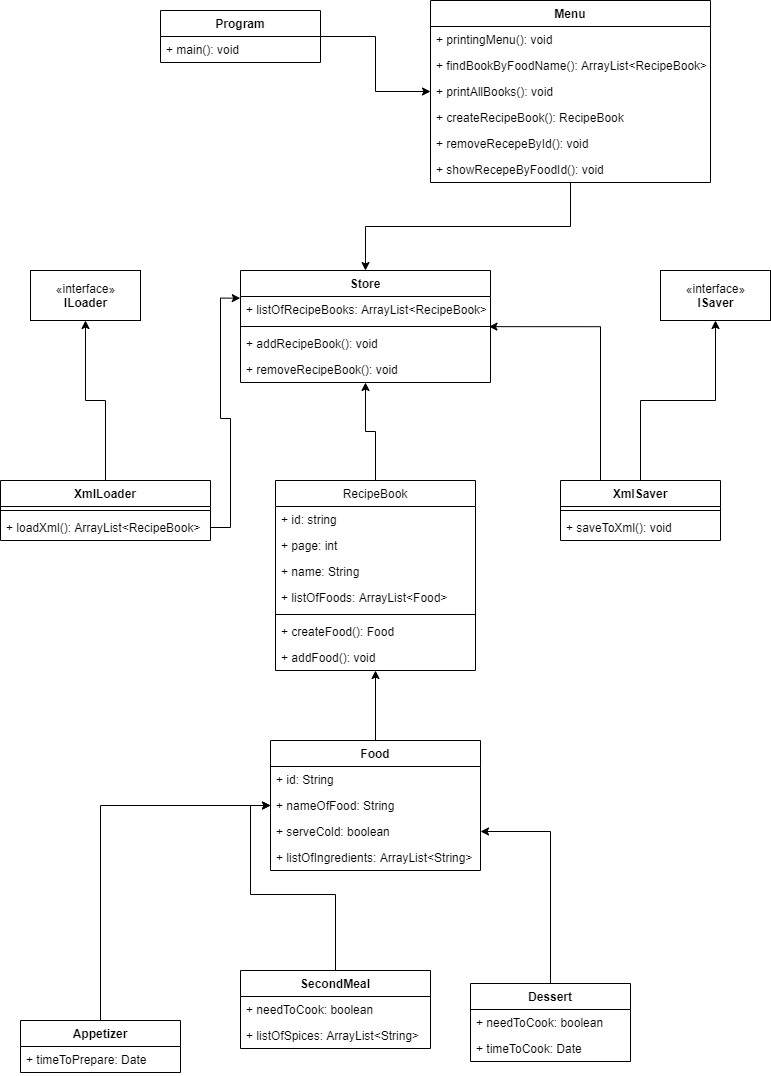
Above: Image/RecepeDiagram.png in jakabij/RecepeStoreJava (draw.io), before the change. Source tidied: cells renumbered, new cells last; positions are measured from the earlier drawing's top-left corner, leaving out a move shared by most shapes.
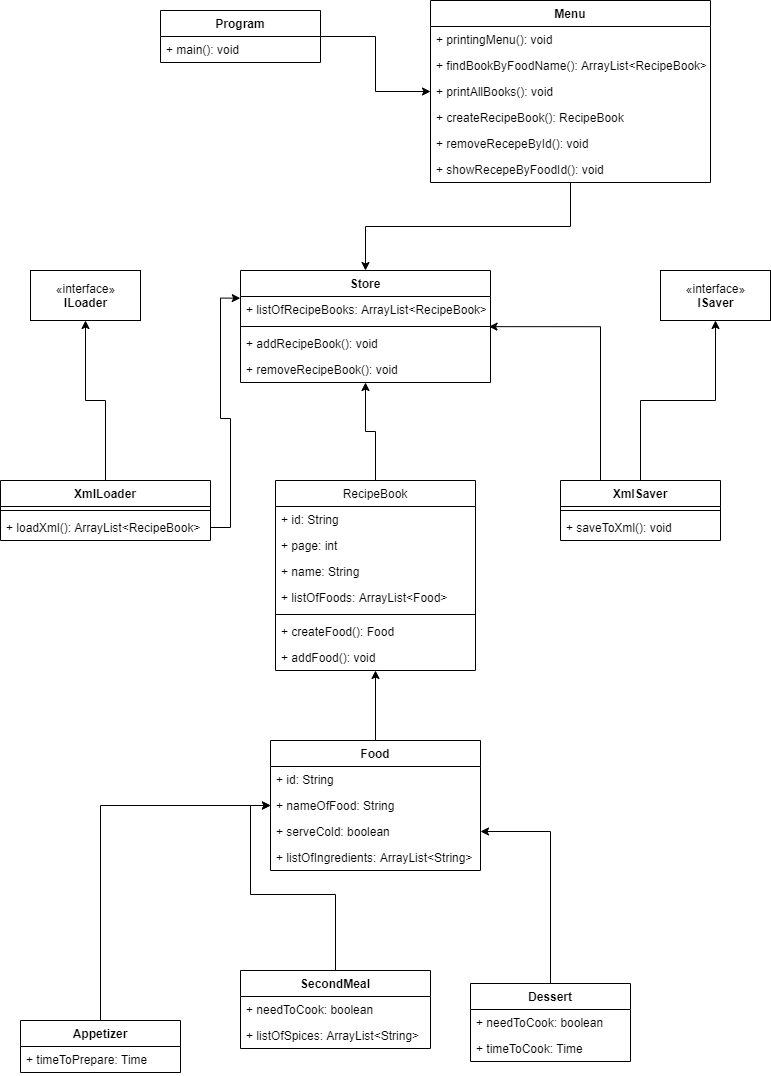
The same diagram one commit later.

Change to the diagram source:
```diff
@@ -8,7 +8,7 @@
     <mxCell id="3" value="RecipeBook" style="swimlane;fontStyle=0;horizontal=1;startSize=26;fillColor=none;" parent="1" vertex="1">
       <mxGeometry x="275" y="480" width="200" height="190" as="geometry" />
     </mxCell>
-    <mxCell id="4" value="+ id: string" style="text;strokeColor=none;fillColor=none;align=left;verticalAlign=top;spacingLeft=4;spacingRight=4;overflow=hidden;" parent="3" vertex="1">
+    <mxCell id="4" value="+ id: String" style="text;strokeColor=none;fillColor=none;align=left;verticalAlign=top;spacingLeft=4;spacingRight=4;overflow=hidden;" parent="3" vertex="1">
       <mxGeometry y="26" width="200" height="26" as="geometry" />
     </mxCell>
     <mxCell id="5" value="+ page: int" style="text;strokeColor=none;fillColor=none;align=left;verticalAlign=top;spacingLeft=4;spacingRight=4;overflow=hidden;" parent="3" vertex="1">
@@ -35,7 +35,7 @@
     <mxCell id="12" value="Appetizer" style="swimlane;fontStyle=1;align=center;verticalAlign=top;horizontal=1;startSize=26;" parent="1" vertex="1">
       <mxGeometry x="20" y="1020" width="160" height="52" as="geometry" />
     </mxCell>
-    <mxCell id="13" value="+ timeToPrepare: Date" style="text;strokeColor=none;fillColor=none;align=left;verticalAlign=top;spacingLeft=4;spacingRight=4;overflow=hidden;" parent="12" vertex="1">
+    <mxCell id="13" value="+ timeToPrepare: Time" style="text;strokeColor=none;fillColor=none;align=left;verticalAlign=top;spacingLeft=4;spacingRight=4;overflow=hidden;" parent="12" vertex="1">
       <mxGeometry y="26" width="160" height="26" as="geometry" />
     </mxCell>
     <mxCell id="14" style="edgeStyle=orthogonalEdgeStyle;rounded=0;jettySize=auto;html=1;" parent="1" edge="1" source="15" target="3">
@@ -77,7 +77,7 @@
     <mxCell id="26" value="+ needToCook: boolean" style="text;strokeColor=none;fillColor=none;align=left;verticalAlign=top;spacingLeft=4;spacingRight=4;overflow=hidden;" parent="25" vertex="1">
       <mxGeometry y="26" width="160" height="26" as="geometry" />
     </mxCell>
-    <mxCell id="27" value="+ timeToCook: Date" style="text;strokeColor=none;fillColor=none;align=left;verticalAlign=top;spacingLeft=4;spacingRight=4;overflow=hidden;" parent="25" vertex="1">
+    <mxCell id="27" value="+ timeToCook: Time" style="text;strokeColor=none;fillColor=none;align=left;verticalAlign=top;spacingLeft=4;spacingRight=4;overflow=hidden;" parent="25" vertex="1">
       <mxGeometry y="52" width="160" height="26" as="geometry" />
     </mxCell>
     <mxCell id="28" style="edgeStyle=orthogonalEdgeStyle;rounded=0;jettySize=auto;html=1;" parent="1" edge="1" source="29" target="47">
```
